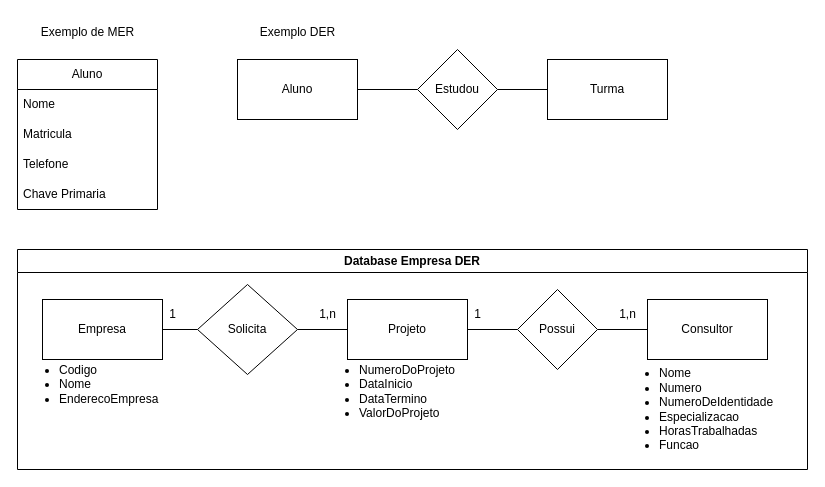
Salada-De-Flutter/Draw.io keeps this draw.io diagram as Esquemas/Diagrama sem nome.drawio. Above is the earlier version. Source tidied: cells renumbered, new cells numbered last; positions are measured from the earlier drawing's top-left corner, leaving out a move shared by most shapes. Both pictures are drawn from the tidied source at 100%, with x=0, y=0 at pixel (17, 17).
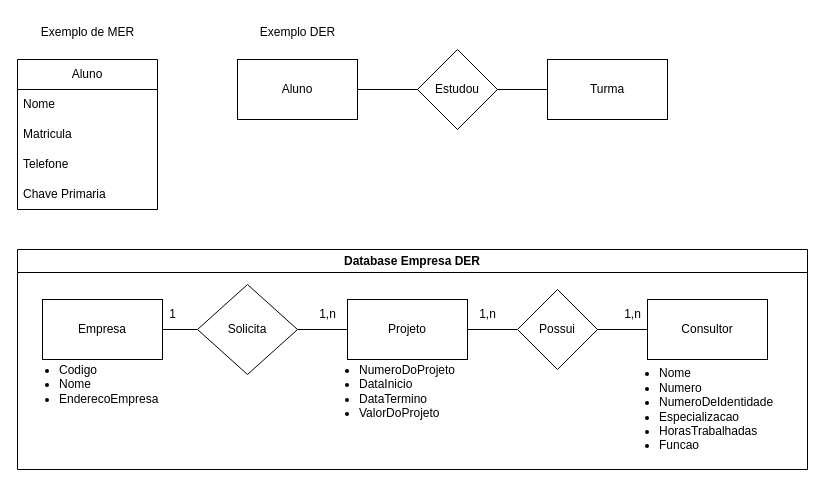
After the change.

Unchanged cells that the change refers to:
```xml
<mxCell id="14" value="Database Empresa DER" style="swimlane;whiteSpace=wrap;html=1;" parent="1" vertex="1">
  <mxGeometry y="232" width="790" height="220" as="geometry" />
</mxCell>
```

The edit, as a diff of the source:
```diff
@@
-    <mxCell id="29" value="1" style="text;html=1;align=center;verticalAlign=middle;strokeColor=none;fillColor=none;" parent="14" vertex="1">
-      <mxGeometry x="445" y="50" width="30" height="30" as="geometry" />
+    <mxCell id="29" value="1,n" style="text;html=1;align=center;verticalAlign=middle;strokeColor=none;fillColor=none;" parent="14" vertex="1">
+      <mxGeometry x="450" y="50" width="40" height="30" as="geometry" />
     </mxCell>
     <mxCell id="30" value="1,n" style="text;html=1;align=center;verticalAlign=middle;strokeColor=none;fillColor=none;" parent="14" vertex="1">
-      <mxGeometry x="590" y="50" width="40" height="30" as="geometry" />
+      <mxGeometry x="595" y="50" width="40" height="30" as="geometry" />
     </mxCell>
```
